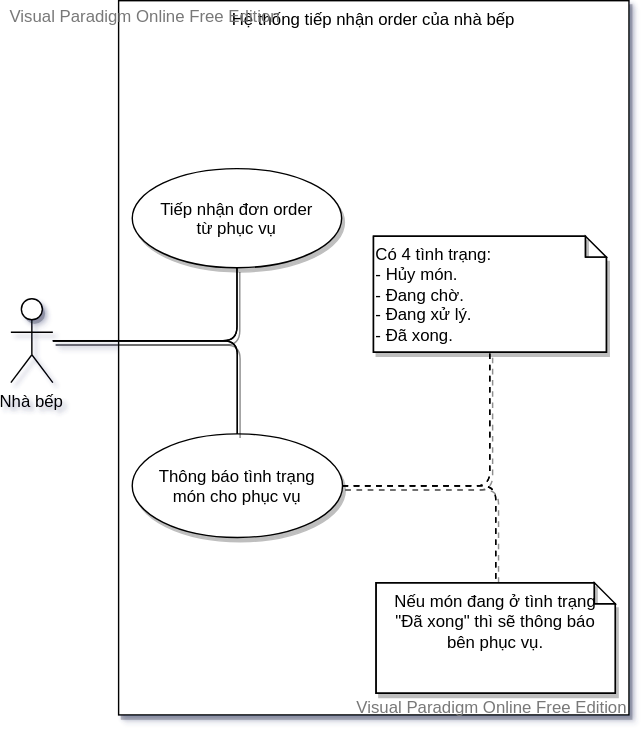
hphudev/coffeeshop-management keeps this draw.io diagram as docs/usecase/kitchen.svg. Above is the earlier version. Source tidied: cells renumbered, new cells last; positions are measured from the earlier drawing's top-left corner, leaving out a move shared by most shapes.
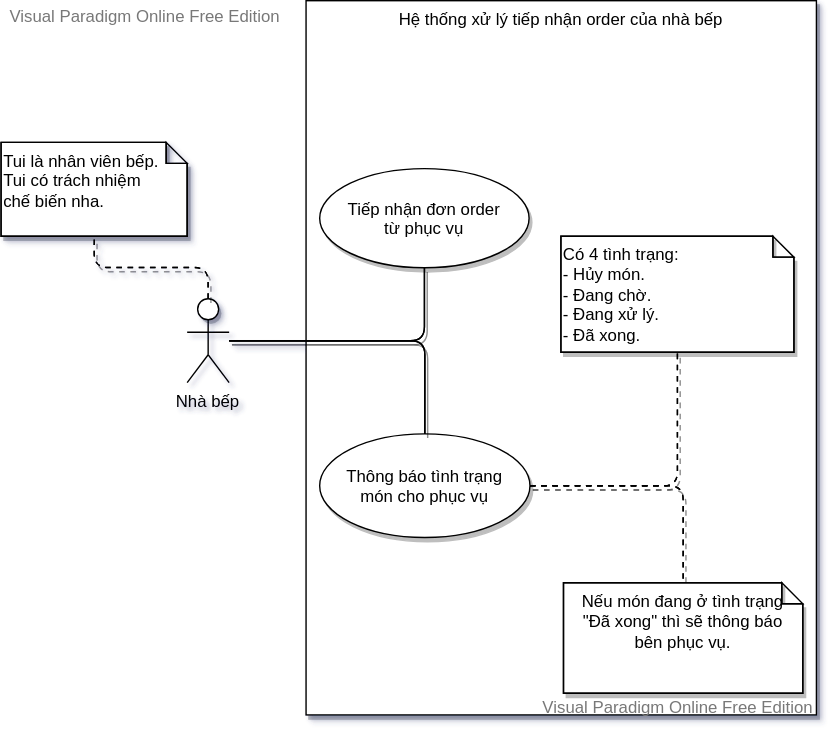
After the change.

Commit message:
Cập nhật usecae hệ thống dịch vụ thanh toán, hệ thống quản lý phòng bàn

What changed in the source:
```diff
@@ -2,35 +2,41 @@
   <root>
     <mxCell id="0" />
     <mxCell id="1" parent="0" />
-    <mxCell id="2" value="Hệ thống tiếp nhận order của nhà bếp" style="shape=Af2Gu0;verticalAlign=top;rounded=0;sketch=0;align=center;shadow=1;" parent="1" vertex="1">
+    <mxCell id="2" value="Hệ thống xử lý tiếp nhận order của nhà bếp" style="shape=MITSUh;verticalAlign=top;rounded=0;sketch=0;align=center;shadow=1;" parent="1" vertex="1">
       <mxGeometry x="77" width="364.7" height="510.4" as="geometry" />
     </mxCell>
-    <mxCell id="3" value="Thông báo tình trạng&#10;món cho phục vụ" style="shape=V2uxp2u;rounded=0;sketch=0;shadow=1;" parent="2" vertex="1">
+    <mxCell id="3" value="Thông báo tình trạng&#10;món cho phục vụ" style="shape=lTUuETU;rounded=0;sketch=0;shadow=1;" parent="2" vertex="1">
       <mxGeometry x="9.7" y="309.6" width="150.3" height="74.1" as="geometry" />
     </mxCell>
-    <mxCell id="4" value="Nhà bếp" style="shape=haG1K;verticalLabelPosition=bottom;verticalAlign=top;rounded=0;sketch=0;align=center;shadow=1;" parent="1" vertex="1">
-      <mxGeometry y="213" width="30" height="60" as="geometry" />
+    <mxCell id="4" value="Nhà bếp" style="shape=4aSwB;verticalLabelPosition=bottom;verticalAlign=top;rounded=0;sketch=0;align=center;shadow=1;" parent="1" vertex="1">
+      <mxGeometry x="-8" y="213" width="30" height="60" as="geometry" />
     </mxCell>
-    <mxCell id="5" value="Tiếp nhận đơn order &#10;từ phục vụ" style="shape=V2uxp2u;rounded=0;sketch=0;shadow=1;" parent="1" vertex="1">
+    <mxCell id="5" value="Tiếp nhận đơn order &#10;từ phục vụ" style="shape=lTUuETU;rounded=0;sketch=0;shadow=1;" parent="1" vertex="1">
       <mxGeometry x="86.7" y="120" width="149.7" height="70.9" as="geometry" />
     </mxCell>
-    <mxCell id="6" style="shape=h221aHpGH1C;edgeStyle=orthogonalEdgeStyle;shadow=1;" parent="1" edge="1" source="4" target="5">
+    <mxCell id="6" style="shape=4TTwa9ES9wO;edgeStyle=orthogonalEdgeStyle;shadow=1;" parent="1" edge="1" source="4" target="5">
       <mxGeometry relative="1" as="geometry" />
     </mxCell>
-    <mxCell id="7" style="shape=h221aHpGH1C;edgeStyle=orthogonalEdgeStyle;shadow=1;" parent="1" edge="1" source="4" target="3">
+    <mxCell id="7" style="shape=4TTwa9ES9wO;edgeStyle=orthogonalEdgeStyle;shadow=1;" parent="1" edge="1" source="4" target="3">
       <mxGeometry relative="1" as="geometry" />
     </mxCell>
-    <mxCell id="8" value="Có 4 tình trạng:&lt;br&gt;- Hủy món.&lt;br&gt;- Đang chờ.&lt;br&gt;- Đang xử lý.&lt;br&gt;- Đã xong." style="shape=e1Gu;fillColor=#ffffff;html=1;align=left;verticalAlign=top;rounded=0;sketch=0;fontStyle=0;strokeColor=#000000;shadow=1;" parent="1" vertex="1">
+    <mxCell id="8" value="Có 4 tình trạng:&lt;br&gt;- Hủy món.&lt;br&gt;- Đang chờ.&lt;br&gt;- Đang xử lý.&lt;br&gt;- Đã xong." style="shape=owSU;fillColor=#ffffff;html=1;align=left;verticalAlign=top;rounded=0;sketch=0;fontStyle=0;strokeColor=#000000;shadow=1;" parent="1" vertex="1">
       <mxGeometry x="259.1" y="168.3" width="166.5" height="82.9" as="geometry" />
     </mxCell>
-    <mxCell id="9" style="shape=hCal1K;edgeStyle=orthogonalEdgeStyle;shadow=1;" parent="1" edge="1" source="3" target="8">
+    <mxCell id="9" style="shape=4OazwB;edgeStyle=orthogonalEdgeStyle;shadow=1;" parent="1" edge="1" source="3" target="8">
       <mxGeometry relative="1" as="geometry" />
     </mxCell>
-    <mxCell id="10" value="Nếu món đang ở tình trạng&lt;br&gt;&quot;Đã xong&quot; thì sẽ thông báo&lt;br&gt;bên phục vụ." style="shape=e1Gu;fillColor=#ffffff;html=1;align=center;verticalAlign=top;rounded=0;sketch=0;fontStyle=0;strokeColor=#000000;shadow=1;" parent="1" vertex="1">
+    <mxCell id="10" value="Nếu món đang ở tình trạng&lt;br&gt;&quot;Đã xong&quot; thì sẽ thông báo&lt;br&gt;bên phục vụ." style="shape=owSU;fillColor=#ffffff;html=1;align=center;verticalAlign=top;rounded=0;sketch=0;fontStyle=0;strokeColor=#000000;shadow=1;" parent="1" vertex="1">
       <mxGeometry x="261" y="416" width="171" height="79" as="geometry" />
     </mxCell>
-    <mxCell id="11" style="shape=hCal1K;edgeStyle=orthogonalEdgeStyle;shadow=1;" parent="1" edge="1" source="3" target="10">
+    <mxCell id="11" style="shape=4OazwB;edgeStyle=orthogonalEdgeStyle;shadow=1;" parent="1" edge="1" source="3" target="10">
       <mxGeometry relative="1" as="geometry" />
     </mxCell>
+    <mxCell id="12" value="Tui là nhân viên bếp.&lt;br&gt;Tui có trách nhiệm&lt;br&gt;chế biến nha." style="shape=owSU;fillColor=#ffffff;html=1;align=left;verticalAlign=top;rounded=0;shadow=1;sketch=0;strokeColor=#000000;fontStyle=0;" parent="1" vertex="1">
+      <mxGeometry x="-140.9" y="101.3" width="133" height="67" as="geometry" />
+    </mxCell>
+    <mxCell id="13" style="shape=4OazwB;edgeStyle=orthogonalEdgeStyle;shadow=1;" parent="1" edge="1" source="4" target="12">
+      <mxGeometry relative="1" as="geometry" />
+    </mxCell>
   </root>
 </mxGraphModel>
```
